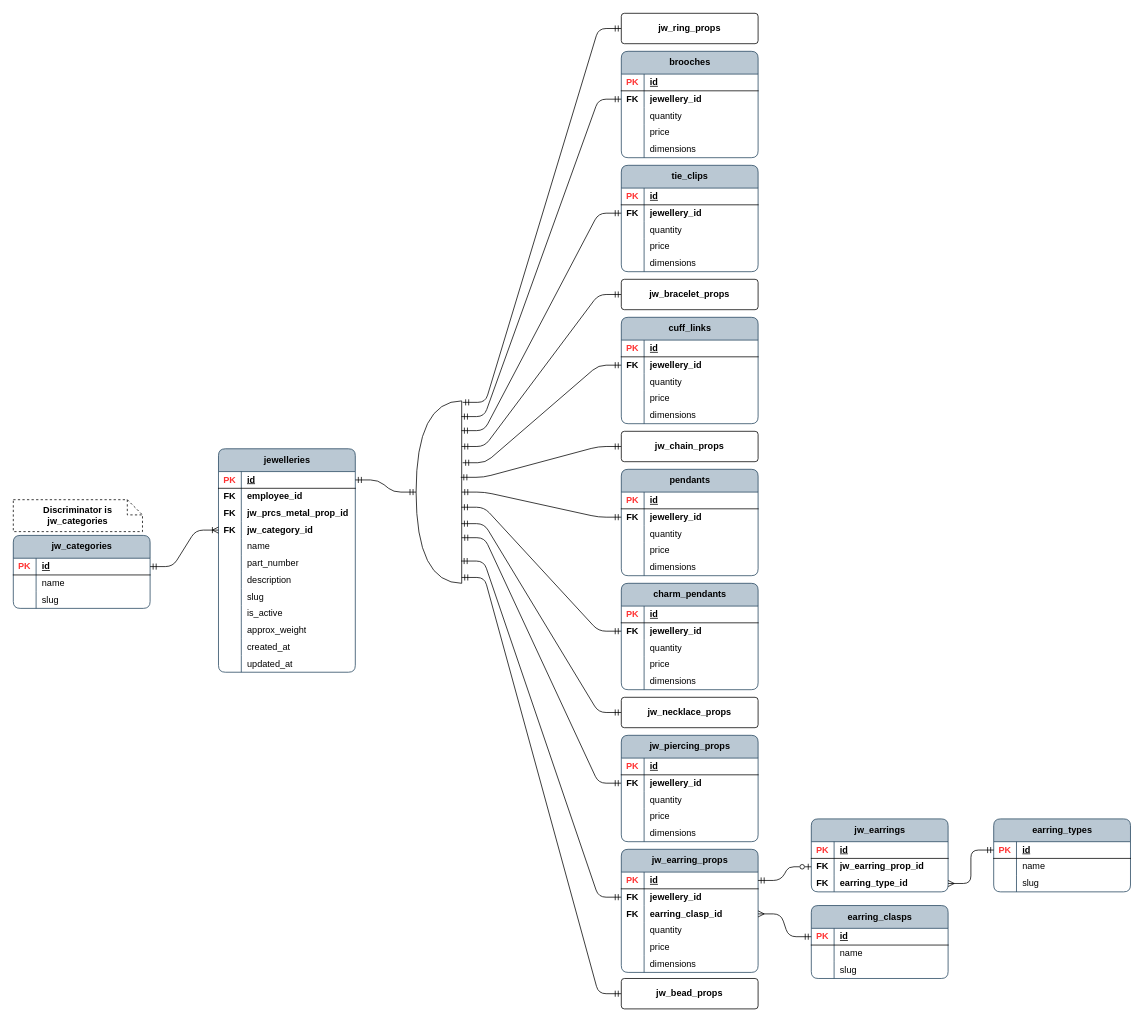
Before: page "psql_jewellery" (1 of 13) of publisher/laravel-app/psql_jewellery_items.drawio in Local-development-environment/msg-brokers-publisher-consumer, a draw.io diagram. Source tidied: cells renumbered, new cells numbered last; positions are measured from the earlier drawing's top-left corner, leaving out a move shared by most shapes. Both pictures are drawn from the tidied source at 76%, with x=0, y=0 at pixel (13, 13).
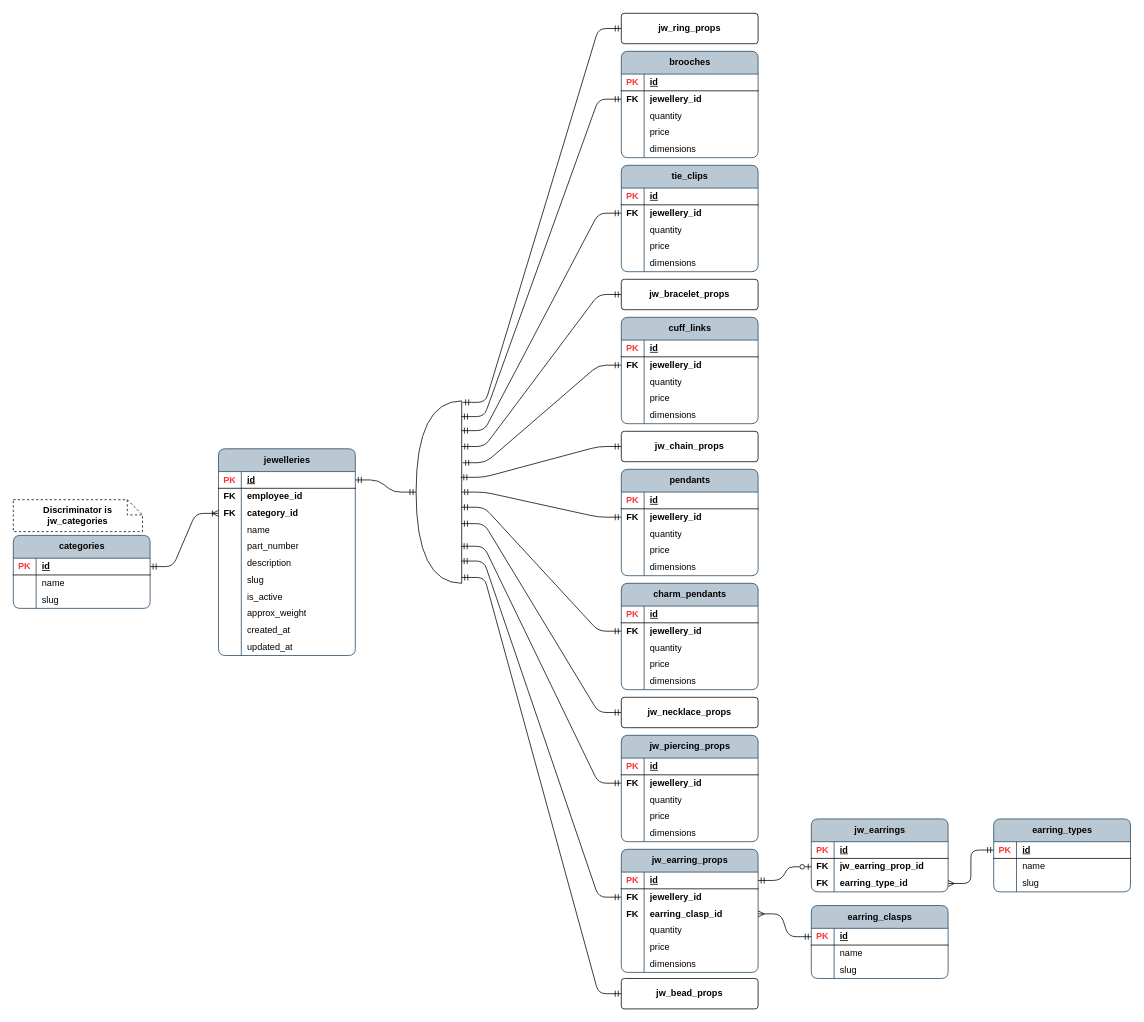
After the change.

The change refers to these unchanged cells:
```xml
<mxCell id="39" style="shape=or;whiteSpace=wrap;html=1;fillColor=none;direction=west;" parent="1" vertex="1">
  <mxGeometry x="530" y="510" width="60" height="240" as="geometry" />
</mxCell>
<mxCell id="152" style="shape=tableRow;horizontal=0;startSize=0;swimlaneHead=0;swimlaneBody=0;fillColor=none;points=[[0,0.5],[1,0.5]];portConstraint=eastwest;top=0;left=0;right=0;bottom=0;rounded=0;" parent="148" vertex="1">
  <mxGeometry y="52" width="180" height="22" as="geometry" />
</mxCell>
```

Diff of the diagram source:
```diff
@@
     <mxCell id="2" value="jewelleries" style="shape=table;startSize=30;childLayout=tableLayout;rowLines=0;fontStyle=1;align=center;html=1;rounded=1;swimlaneFillColor=none;fillColor=#bac8d3;strokeColor=#23445d;columnLines=1;arcSize=10;" parent="1" vertex="1">
-      <mxGeometry x="270" y="573" width="180" height="294" as="geometry" />
+      <mxGeometry x="270" y="573" width="180" height="272" as="geometry" />
     </mxCell>
@@
-    <mxCell id="9" style="shape=tableRow;horizontal=0;startSize=0;swimlaneHead=0;swimlaneBody=0;fillColor=none;top=0;left=0;right=0;bottom=0;rounded=1;" parent="2" vertex="1">
-      <mxGeometry y="74" width="180" height="22" as="geometry" />
-    </mxCell>
-    <mxCell id="10" value="&lt;b&gt;FK&lt;/b&gt;" style="shape=partialRectangle;fillColor=none;top=0;left=0;bottom=0;right=0;overflow=hidden;whiteSpace=wrap;html=1;rounded=1;" parent="9" vertex="1">
-      <mxGeometry width="30" height="22" as="geometry" />
-    </mxCell>
-    <mxCell id="11" value="&lt;span style=&quot;font-weight: 700; text-align: center; text-wrap-mode: nowrap;&quot;&gt;jw_prcs_metal_prop_id&lt;/span&gt;" style="shape=partialRectangle;fillColor=none;top=0;left=0;bottom=0;right=0;align=left;spacingLeft=6;overflow=hidden;whiteSpace=wrap;html=1;rounded=1;" parent="9" vertex="1">
-      <mxGeometry x="30" width="150" height="22" as="geometry" />
-    </mxCell>
     <mxCell id="12" style="shape=tableRow;horizontal=0;startSize=0;swimlaneHead=0;swimlaneBody=0;fillColor=none;points=[[0,0.5],[1,0.5]];portConstraint=eastwest;top=0;left=0;right=0;bottom=0;rounded=1;" parent="2" vertex="1">
-      <mxGeometry y="96" width="180" height="22" as="geometry" />
+      <mxGeometry y="74" width="180" height="22" as="geometry" />
     </mxCell>
@@
-    <mxCell id="14" value="&lt;b&gt;jw_category_id&lt;/b&gt;" style="shape=partialRectangle;fillColor=none;top=0;left=0;bottom=0;right=0;align=left;spacingLeft=6;overflow=hidden;whiteSpace=wrap;html=1;rounded=1;" parent="12" vertex="1">
+    <mxCell id="14" value="&lt;b&gt;category_id&lt;/b&gt;" style="shape=partialRectangle;fillColor=none;top=0;left=0;bottom=0;right=0;align=left;spacingLeft=6;overflow=hidden;whiteSpace=wrap;html=1;rounded=1;" parent="12" vertex="1">
       <mxGeometry x="30" width="150" height="22" as="geometry" />
     </mxCell>
     <mxCell id="15" style="shape=tableRow;horizontal=0;startSize=0;swimlaneHead=0;swimlaneBody=0;fillColor=none;top=0;left=0;right=0;bottom=0;rounded=1;" parent="2" vertex="1">
-      <mxGeometry y="118" width="180" height="22" as="geometry" />
+      <mxGeometry y="96" width="180" height="22" as="geometry" />
     </mxCell>
@@
     <mxCell id="18" style="shape=tableRow;horizontal=0;startSize=0;swimlaneHead=0;swimlaneBody=0;fillColor=none;top=0;left=0;right=0;bottom=0;rounded=1;" parent="2" vertex="1">
-      <mxGeometry y="140" width="180" height="22" as="geometry" />
+      <mxGeometry y="118" width="180" height="22" as="geometry" />
     </mxCell>
@@
     <mxCell id="21" style="shape=tableRow;horizontal=0;startSize=0;swimlaneHead=0;swimlaneBody=0;fillColor=none;top=0;left=0;right=0;bottom=0;rounded=1;" parent="2" vertex="1">
-      <mxGeometry y="162" width="180" height="22" as="geometry" />
+      <mxGeometry y="140" width="180" height="22" as="geometry" />
     </mxCell>
@@
     <mxCell id="24" style="shape=tableRow;horizontal=0;startSize=0;swimlaneHead=0;swimlaneBody=0;fillColor=none;top=0;left=0;right=0;bottom=0;rounded=1;" parent="2" vertex="1">
-      <mxGeometry y="184" width="180" height="22" as="geometry" />
+      <mxGeometry y="162" width="180" height="22" as="geometry" />
     </mxCell>
@@
     <mxCell id="27" style="shape=tableRow;horizontal=0;startSize=0;swimlaneHead=0;swimlaneBody=0;fillColor=none;top=0;left=0;right=0;bottom=0;rounded=1;" parent="2" vertex="1">
-      <mxGeometry y="206" width="180" height="22" as="geometry" />
+      <mxGeometry y="184" width="180" height="22" as="geometry" />
     </mxCell>
@@
     <mxCell id="30" style="shape=tableRow;horizontal=0;startSize=0;swimlaneHead=0;swimlaneBody=0;fillColor=none;top=0;left=0;right=0;bottom=0;rounded=1;" parent="2" vertex="1">
-      <mxGeometry y="228" width="180" height="22" as="geometry" />
+      <mxGeometry y="206" width="180" height="22" as="geometry" />
     </mxCell>
@@
     <mxCell id="33" style="shape=tableRow;horizontal=0;startSize=0;swimlaneHead=0;swimlaneBody=0;fillColor=none;top=0;left=0;right=0;bottom=0;rounded=1;" parent="2" vertex="1">
-      <mxGeometry y="250" width="180" height="22" as="geometry" />
+      <mxGeometry y="228" width="180" height="22" as="geometry" />
     </mxCell>
@@
     <mxCell id="36" style="shape=tableRow;horizontal=0;startSize=0;swimlaneHead=0;swimlaneBody=0;fillColor=none;top=0;left=0;right=0;bottom=0;rounded=1;" parent="2" vertex="1">
-      <mxGeometry y="272" width="180" height="22" as="geometry" />
+      <mxGeometry y="250" width="180" height="22" as="geometry" />
     </mxCell>
@@
-    <mxCell id="50" style="edgeStyle=entityRelationEdgeStyle;fontSize=12;html=1;endArrow=ERmandOne;startArrow=ERmandOne;rounded=1;curved=0;arcSize=20;segment=30;exitX=0;exitY=0.25;exitDx=0;exitDy=0;exitPerimeter=0;entryX=0;entryY=0.5;entryDx=0;entryDy=0;" parent="1" edge="1" source="39" target="152">
+    <mxCell id="50" style="edgeStyle=entityRelationEdgeStyle;fontSize=12;html=1;endArrow=ERmandOne;startArrow=ERmandOne;rounded=1;curved=0;arcSize=20;segment=30;exitX=0.013;exitY=0.203;exitDx=0;exitDy=0;exitPerimeter=0;entryX=0;entryY=0.5;entryDx=0;entryDy=0;" parent="1" edge="1" source="39" target="152">
       <mxGeometry relative="1" as="geometry" />
     </mxCell>
@@
-    <mxCell id="52" value="jw_categories" style="shape=table;startSize=30;childLayout=tableLayout;rowLines=0;fontStyle=1;align=center;html=1;rounded=1;swimlaneFillColor=none;fillColor=#bac8d3;strokeColor=#23445d;columnLines=1;arcSize=10;" parent="1" vertex="1">
+    <mxCell id="52" value="categories" style="shape=table;startSize=30;childLayout=tableLayout;rowLines=0;fontStyle=1;align=center;html=1;rounded=1;swimlaneFillColor=none;fillColor=#bac8d3;strokeColor=#23445d;columnLines=1;arcSize=10;" parent="1" vertex="1">
       <mxGeometry y="687" width="180" height="96" as="geometry" />
     </mxCell>
```
